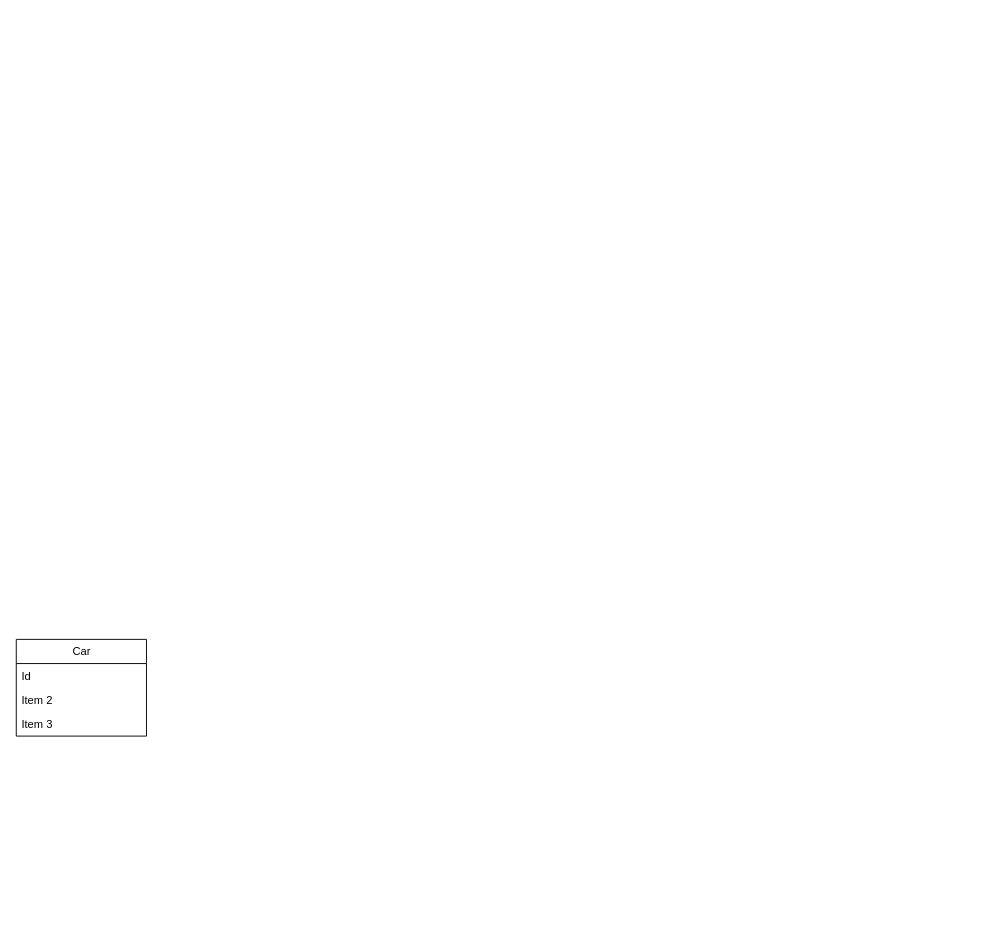
Above: HelloWorldTeam.drawio in RamboXD/Vehicle-Management-System (draw.io), before the change. Source tidied: cells renumbered, new cells numbered last; positions are measured from the earlier drawing's top-left corner, leaving out a move shared by most shapes. Both pictures are drawn from the tidied source at 93%, with x=0, y=0 at pixel (16, 639).
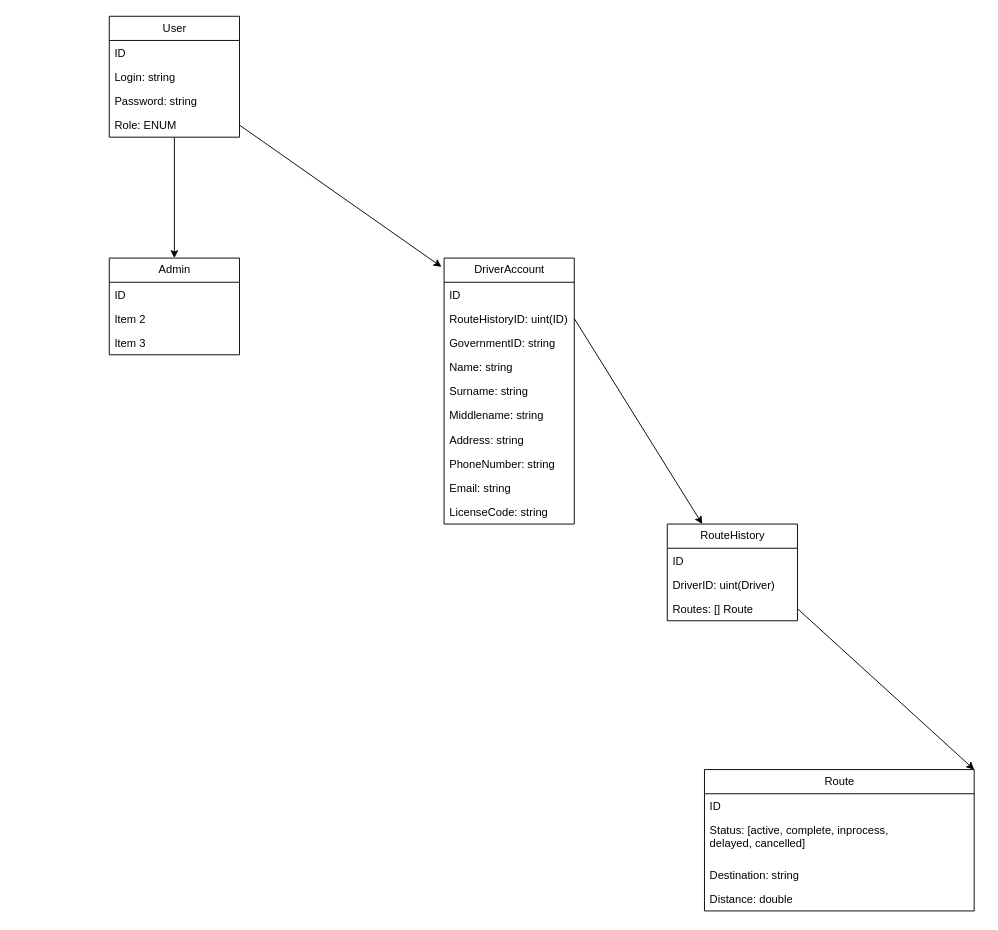
Above is the later version.

Commit message:
created logic of accounts

What changed in the source:
```diff
@@
-    <mxCell id="2" value="Car" style="swimlane;fontStyle=0;horizontal=1;startSize=26;fillColor=none;html=1;" parent="1" vertex="1">
-      <mxGeometry width="140" height="104" as="geometry" />
-    </mxCell>
-    <mxCell id="3" value="Id" style="text;strokeColor=none;fillColor=none;align=left;verticalAlign=top;spacingLeft=4;spacingRight=4;overflow=hidden;whiteSpace=wrap;html=1;" parent="2" vertex="1">
-      <mxGeometry y="26" width="140" height="26" as="geometry" />
-    </mxCell>
+    <mxCell id="6" value="Route" style="swimlane;fontStyle=0;horizontal=1;startSize=26;fillColor=none;html=1;" parent="1" vertex="1">
+      <mxGeometry x="740" y="140" width="290" height="152" as="geometry" />
+    </mxCell>
+    <mxCell id="7" value="ID" style="text;strokeColor=none;fillColor=none;align=left;verticalAlign=top;spacingLeft=4;spacingRight=4;overflow=hidden;whiteSpace=wrap;html=1;" parent="6" vertex="1">
+      <mxGeometry y="26" width="290" height="26" as="geometry" />
+    </mxCell>
+    <mxCell id="8" value="Status: [active, complete, inprocess, &lt;br&gt;delayed, cancelled]" style="text;strokeColor=none;fillColor=none;align=left;verticalAlign=top;spacingLeft=4;spacingRight=4;overflow=hidden;whiteSpace=wrap;html=1;" parent="6" vertex="1">
+      <mxGeometry y="52" width="290" height="48" as="geometry" />
+    </mxCell>
+    <mxCell id="9" value="Destination: string" style="text;strokeColor=none;fillColor=none;align=left;verticalAlign=top;spacingLeft=4;spacingRight=4;overflow=hidden;whiteSpace=wrap;html=1;" parent="6" vertex="1">
+      <mxGeometry y="100" width="290" height="26" as="geometry" />
+    </mxCell>
+    <mxCell id="10" value="Distance: double" style="text;strokeColor=none;fillColor=none;align=left;verticalAlign=top;spacingLeft=4;spacingRight=4;overflow=hidden;whiteSpace=wrap;html=1;" parent="6" vertex="1">
+      <mxGeometry y="126" width="290" height="26" as="geometry" />
+    </mxCell>
+    <mxCell id="11" value="RouteHistory" style="swimlane;fontStyle=0;horizontal=1;startSize=26;fillColor=none;html=1;" parent="1" vertex="1">
+      <mxGeometry x="700" y="-124" width="140" height="104" as="geometry" />
+    </mxCell>
+    <mxCell id="12" value="ID" style="text;strokeColor=none;fillColor=none;align=left;verticalAlign=top;spacingLeft=4;spacingRight=4;overflow=hidden;whiteSpace=wrap;html=1;" parent="11" vertex="1">
+      <mxGeometry y="26" width="140" height="26" as="geometry" />
+    </mxCell>
+    <mxCell id="13" value="DriverID: uint(Driver)" style="text;strokeColor=none;fillColor=none;align=left;verticalAlign=top;spacingLeft=4;spacingRight=4;overflow=hidden;whiteSpace=wrap;html=1;" parent="11" vertex="1">
+      <mxGeometry y="52" width="140" height="26" as="geometry" />
+    </mxCell>
+    <mxCell id="14" value="Routes: [] Route" style="text;strokeColor=none;fillColor=none;align=left;verticalAlign=top;spacingLeft=4;spacingRight=4;overflow=hidden;points=[[0,0.5],[1,0.5]];portConstraint=eastwest;whiteSpace=wrap;html=1;" parent="11" vertex="1">
+      <mxGeometry y="78" width="140" height="26" as="geometry" />
+    </mxCell>
+    <mxCell id="15" style="edgeStyle=none;html=1;entryX=1;entryY=0;entryDx=0;entryDy=0;exitX=1;exitY=0.5;exitDx=0;exitDy=0;" parent="1" edge="1" source="14" target="6">
+      <mxGeometry relative="1" as="geometry" />
+    </mxCell>
+    <mxCell id="16" value="DriverAccount" style="swimlane;fontStyle=0;horizontal=1;startSize=26;fillColor=none;html=1;" parent="1" vertex="1">
+      <mxGeometry x="460" y="-410" width="140" height="286" as="geometry" />
+    </mxCell>
+    <mxCell id="17" value="ID" style="text;strokeColor=none;fillColor=none;align=left;verticalAlign=top;spacingLeft=4;spacingRight=4;overflow=hidden;whiteSpace=wrap;html=1;" parent="16" vertex="1">
+      <mxGeometry y="26" width="140" height="26" as="geometry" />
+    </mxCell>
+    <mxCell id="18" value="RouteHistoryID: uint(ID)" style="text;strokeColor=none;fillColor=none;align=left;verticalAlign=top;spacingLeft=4;spacingRight=4;overflow=hidden;points=[[0,0.5],[1,0.5]];portConstraint=eastwest;whiteSpace=wrap;html=1;" parent="16" vertex="1">
+      <mxGeometry y="52" width="140" height="26" as="geometry" />
+    </mxCell>
+    <mxCell id="19" value="GovernmentID: string" style="text;strokeColor=none;fillColor=none;align=left;verticalAlign=top;spacingLeft=4;spacingRight=4;overflow=hidden;whiteSpace=wrap;html=1;" parent="16" vertex="1">
+      <mxGeometry y="78" width="140" height="26" as="geometry" />
+    </mxCell>
+    <mxCell id="20" value="Name: string" style="text;strokeColor=none;fillColor=none;align=left;verticalAlign=top;spacingLeft=4;spacingRight=4;overflow=hidden;whiteSpace=wrap;html=1;" parent="16" vertex="1">
+      <mxGeometry y="104" width="140" height="26" as="geometry" />
+    </mxCell>
+    <mxCell id="21" value="Surname: string" style="text;strokeColor=none;fillColor=none;align=left;verticalAlign=top;spacingLeft=4;spacingRight=4;overflow=hidden;whiteSpace=wrap;html=1;" parent="16" vertex="1">
+      <mxGeometry y="130" width="140" height="26" as="geometry" />
+    </mxCell>
+    <mxCell id="22" value="Middlename: string" style="text;strokeColor=none;fillColor=none;align=left;verticalAlign=top;spacingLeft=4;spacingRight=4;overflow=hidden;whiteSpace=wrap;html=1;" parent="16" vertex="1">
+      <mxGeometry y="156" width="140" height="26" as="geometry" />
+    </mxCell>
+    <mxCell id="23" value="Address: string" style="text;strokeColor=none;fillColor=none;align=left;verticalAlign=top;spacingLeft=4;spacingRight=4;overflow=hidden;whiteSpace=wrap;html=1;" parent="16" vertex="1">
+      <mxGeometry y="182" width="140" height="26" as="geometry" />
+    </mxCell>
+    <mxCell id="24" value="PhoneNumber: string" style="text;strokeColor=none;fillColor=none;align=left;verticalAlign=top;spacingLeft=4;spacingRight=4;overflow=hidden;whiteSpace=wrap;html=1;" parent="16" vertex="1">
+      <mxGeometry y="208" width="140" height="26" as="geometry" />
+    </mxCell>
+    <mxCell id="25" value="Email: string" style="text;strokeColor=none;fillColor=none;align=left;verticalAlign=top;spacingLeft=4;spacingRight=4;overflow=hidden;whiteSpace=wrap;html=1;" parent="16" vertex="1">
+      <mxGeometry y="234" width="140" height="26" as="geometry" />
+    </mxCell>
+    <mxCell id="26" value="LicenseCode: string" style="text;strokeColor=none;fillColor=none;align=left;verticalAlign=top;spacingLeft=4;spacingRight=4;overflow=hidden;whiteSpace=wrap;html=1;" parent="16" vertex="1">
+      <mxGeometry y="260" width="140" height="26" as="geometry" />
+    </mxCell>
+    <mxCell id="27" style="edgeStyle=none;html=1;exitX=1;exitY=0.5;exitDx=0;exitDy=0;" parent="1" edge="1" source="18" target="11">
+      <mxGeometry relative="1" as="geometry" />
+    </mxCell>
+    <mxCell id="28" value="User" style="swimlane;fontStyle=0;horizontal=1;startSize=26;fillColor=none;html=1;" parent="1" vertex="1">
+      <mxGeometry x="100" y="-670" width="140" height="130" as="geometry" />
+    </mxCell>
+    <mxCell id="29" value="ID" style="text;strokeColor=none;fillColor=none;align=left;verticalAlign=top;spacingLeft=4;spacingRight=4;overflow=hidden;whiteSpace=wrap;html=1;" parent="28" vertex="1">
+      <mxGeometry y="26" width="140" height="26" as="geometry" />
+    </mxCell>
+    <mxCell id="30" value="Login: string" style="text;strokeColor=none;fillColor=none;align=left;verticalAlign=top;spacingLeft=4;spacingRight=4;overflow=hidden;whiteSpace=wrap;html=1;" parent="28" vertex="1">
+      <mxGeometry y="52" width="140" height="26" as="geometry" />
+    </mxCell>
+    <mxCell id="31" value="Password: string" style="text;strokeColor=none;fillColor=none;align=left;verticalAlign=top;spacingLeft=4;spacingRight=4;overflow=hidden;whiteSpace=wrap;html=1;" parent="28" vertex="1">
+      <mxGeometry y="78" width="140" height="26" as="geometry" />
+    </mxCell>
+    <mxCell id="32" value="Role: ENUM" style="text;strokeColor=none;fillColor=none;align=left;verticalAlign=top;spacingLeft=4;spacingRight=4;overflow=hidden;points=[[0,0.5],[1,0.5]];portConstraint=eastwest;whiteSpace=wrap;html=1;" parent="28" vertex="1">
+      <mxGeometry y="104" width="140" height="26" as="geometry" />
+    </mxCell>
+    <mxCell id="33" style="edgeStyle=none;html=1;exitX=1;exitY=0.5;exitDx=0;exitDy=0;entryX=-0.02;entryY=0.033;entryDx=0;entryDy=0;entryPerimeter=0;" parent="1" edge="1" source="32" target="16">
+      <mxGeometry relative="1" as="geometry" />
+    </mxCell>
+    <mxCell id="34" value="Admin&lt;br&gt;" style="swimlane;fontStyle=0;horizontal=1;startSize=26;fillColor=none;html=1;" parent="1" vertex="1">
+      <mxGeometry x="100" y="-410" width="140" height="104" as="geometry" />
+    </mxCell>
+    <mxCell id="35" value="ID" style="text;strokeColor=none;fillColor=none;align=left;verticalAlign=top;spacingLeft=4;spacingRight=4;overflow=hidden;whiteSpace=wrap;html=1;" parent="34" vertex="1">
+      <mxGeometry y="26" width="140" height="26" as="geometry" />
+    </mxCell>
-    <mxCell id="4" value="Item 2" style="text;strokeColor=none;fillColor=none;align=left;verticalAlign=top;spacingLeft=4;spacingRight=4;overflow=hidden;whiteSpace=wrap;html=1;" parent="2" vertex="1">
+    <mxCell id="4" value="Item 2" style="text;strokeColor=none;fillColor=none;align=left;verticalAlign=top;spacingLeft=4;spacingRight=4;overflow=hidden;whiteSpace=wrap;html=1;" parent="34" vertex="1">
       <mxGeometry y="52" width="140" height="26" as="geometry" />
     </mxCell>
-    <mxCell id="5" value="Item 3" style="text;strokeColor=none;fillColor=none;align=left;verticalAlign=top;spacingLeft=4;spacingRight=4;overflow=hidden;whiteSpace=wrap;html=1;" parent="2" vertex="1">
+    <mxCell id="5" value="Item 3" style="text;strokeColor=none;fillColor=none;align=left;verticalAlign=top;spacingLeft=4;spacingRight=4;overflow=hidden;whiteSpace=wrap;html=1;" parent="34" vertex="1">
       <mxGeometry y="78" width="140" height="26" as="geometry" />
     </mxCell>
+    <mxCell id="36" style="edgeStyle=none;html=1;entryX=0.5;entryY=0;entryDx=0;entryDy=0;" parent="1" edge="1" source="32" target="34">
+      <mxGeometry relative="1" as="geometry" />
+    </mxCell>
```
